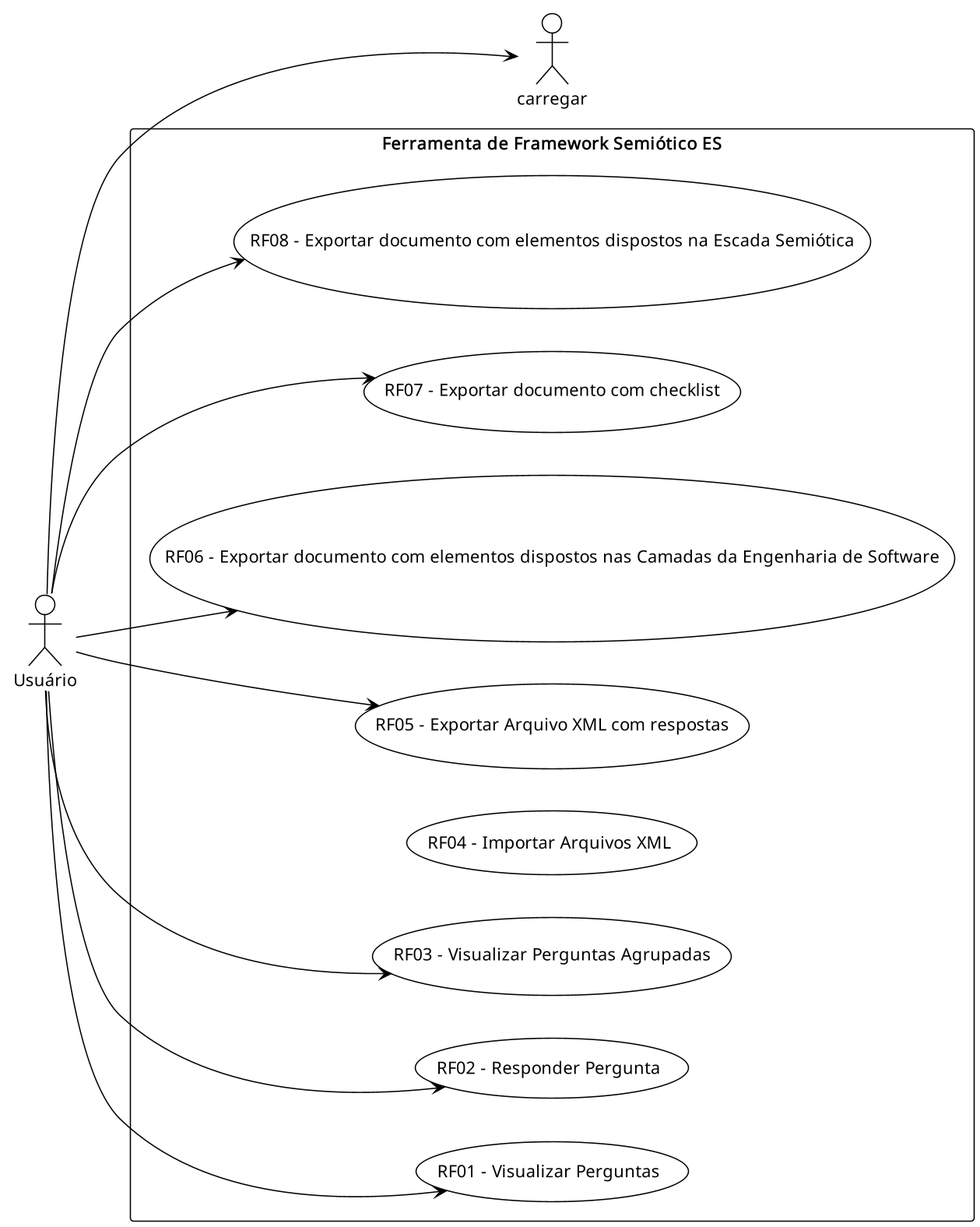
Earlier version of the PlantUML export out/docs/requirements/use_cases/use_cases.png (auri-gabriel/semiotic-framework-tool).
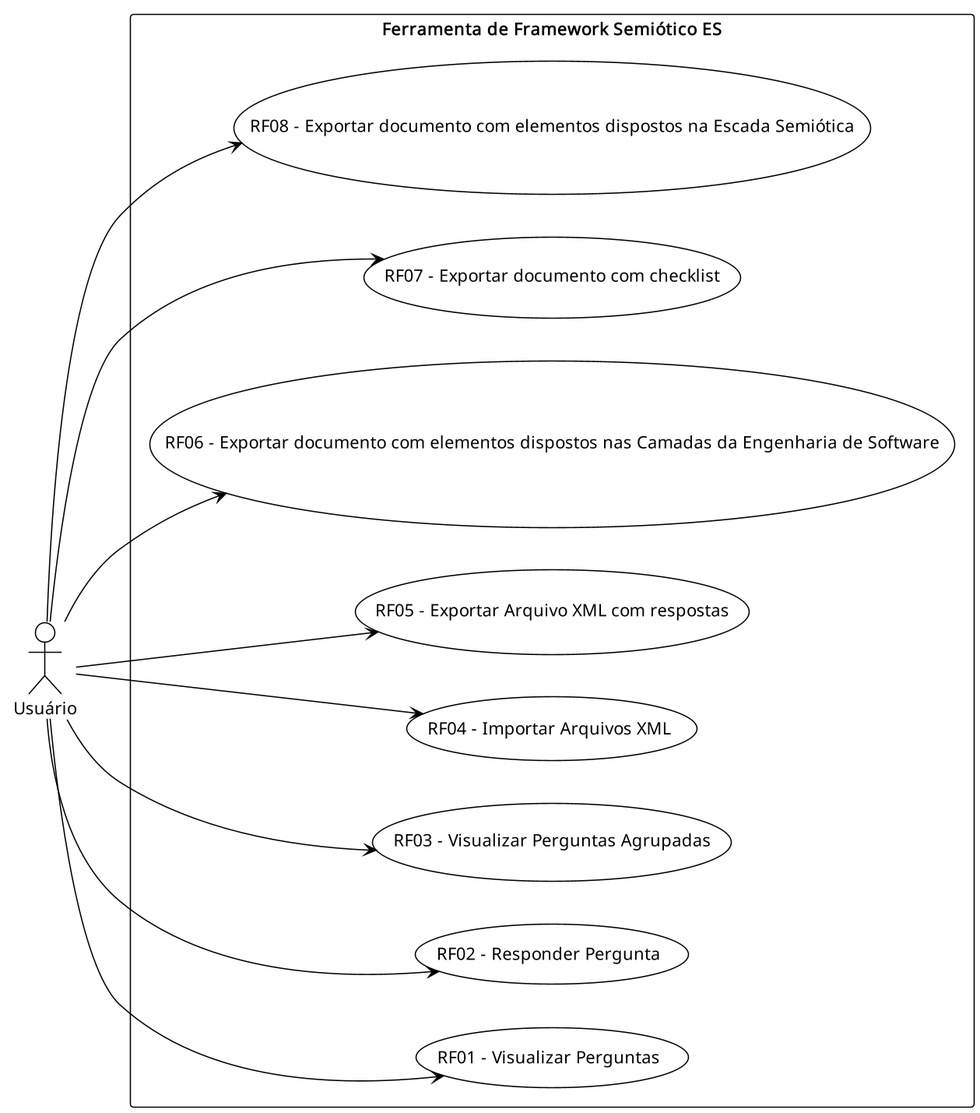
The same diagram one commit later.

Commit message:
fix: correct user action from 'carregar' to 'importar' in use cases diagram

Diff of the diagram source:
```diff
@@ -19,7 +19,7 @@
 Usuário --> visualizar
 Usuário --> responder
 Usuário --> agrupar
-Usuário --> carregar
+Usuário --> importar
 Usuário --> salvar
 Usuário --> camadas
 Usuário --> checklist
```
